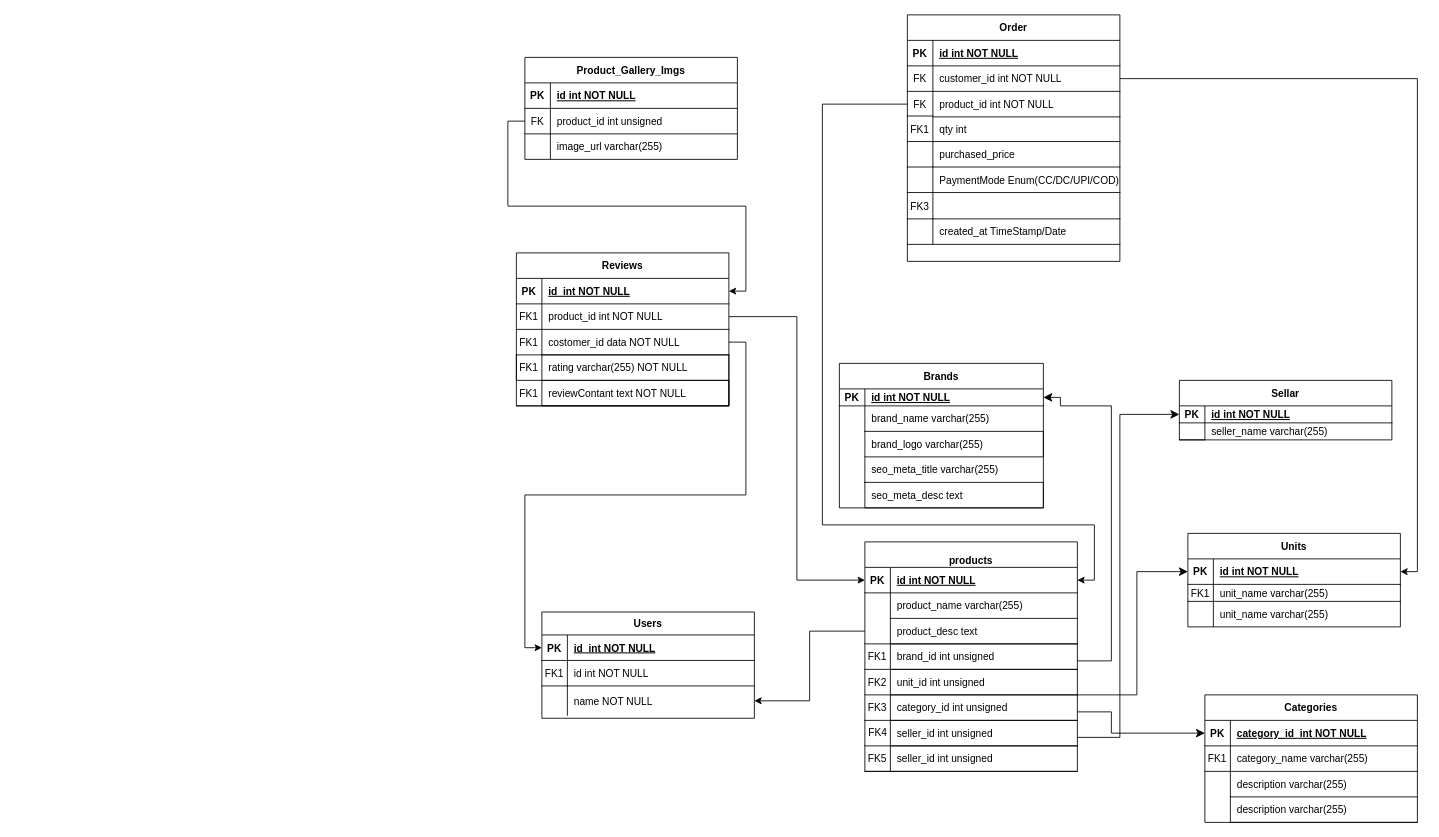
The draw.io diagram database/migrations/Untitled Diagram.drawio in namanbairagi3/electro, before the edit. Source tidied: cells renumbered, new cells numbered last; positions are measured from the earlier drawing's top-left corner, leaving out a move shared by most shapes. Both pictures are drawn from the tidied source at 85%, with x=0, y=0 at pixel (516, 14).
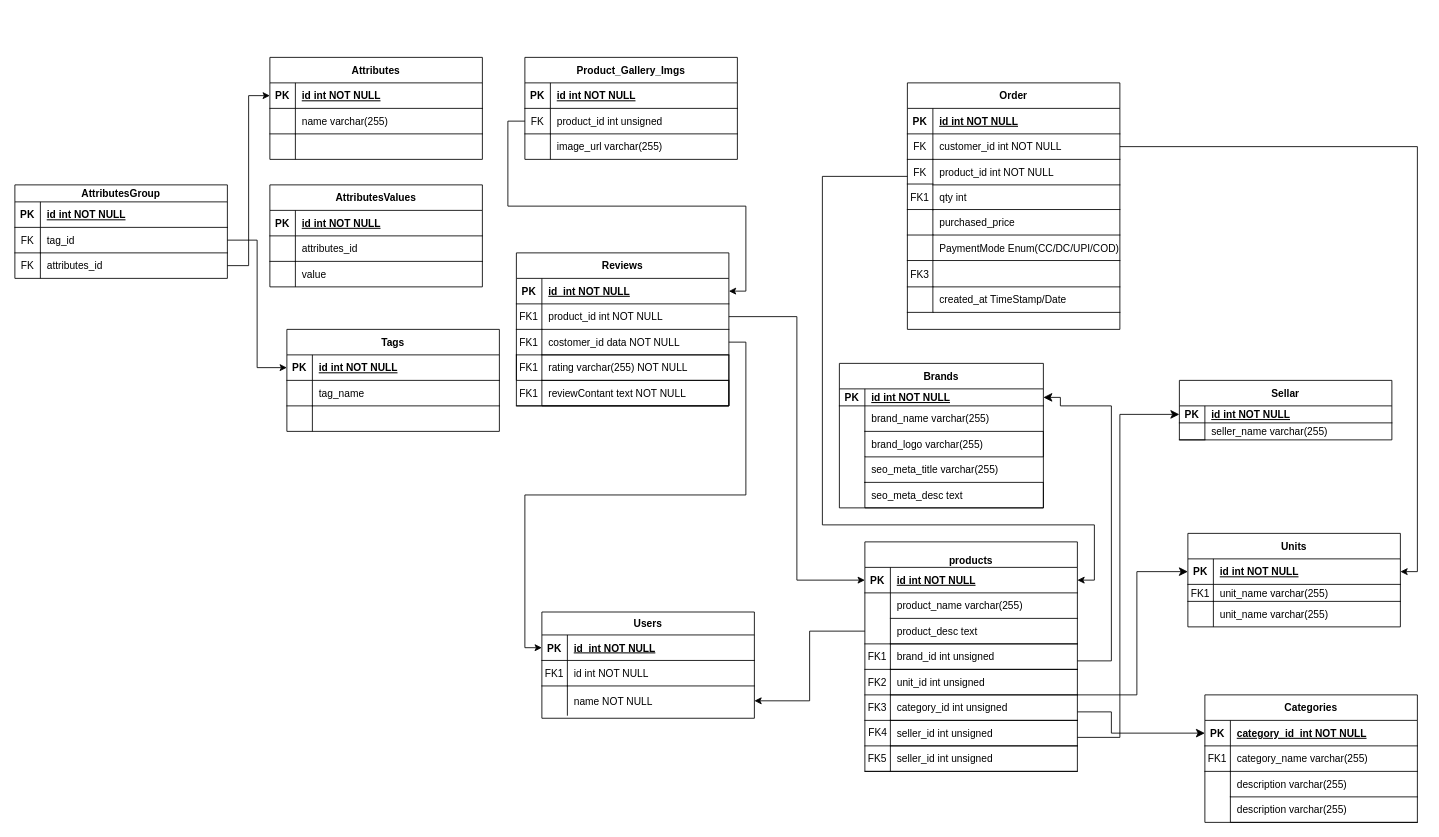
The same diagram, later.

The change refers to these unchanged cells:
```xml
<mxCell id="78" style="shape=partialRectangle;fillColor=none;points=[[0,0.5],[1,0.5]];portConstraint=eastwest;top=0;left=0;right=0;bottom=1;" parent="77" vertex="1">
  <mxGeometry y="30" width="250" height="30" as="geometry" />
</mxCell>
<mxCell id="113" style="shape=partialRectangle;fillColor=none;points=[[0,0.5],[1,0.5]];portConstraint=eastwest;top=0;left=0;right=0;bottom=0;" parent="106" vertex="1">
  <mxGeometry y="90" width="250" height="30" as="geometry" />
</mxCell>
```

The edit, as a diff of the source:
```diff
@@
     <mxCell id="97" style="group;" parent="1" vertex="1">
-      <mxGeometry x="460" width="250" height="290" as="geometry" />
+      <mxGeometry x="460" y="80" width="250" height="290" as="geometry" />
     </mxCell>
@@
     <mxCell id="124" style="edgeStyle=orthogonalEdgeStyle;rounded=0;jettySize=auto;html=1;entryX=1;entryY=0.5;entryDx=0;entryDy=0;" parent="1" edge="1" source="113" target="78">
       <mxGeometry relative="1" as="geometry">
         <Array as="points">
-          <mxPoint x="360" y="105" />
+          <mxPoint x="360" y="190" />
           <mxPoint x="360" y="600" />
           <mxPoint x="680" y="600" />
           <mxPoint x="680" y="665" />
         </Array>
       </mxGeometry>
     </mxCell>
@@
+    <mxCell id="136" value="Attributes" style="shape=table;startSize=30;childLayout=tableLayout;rowLines=0;fontStyle=1;align=center;" parent="1" vertex="1">
+      <mxGeometry x="-290" y="50" width="250" height="120" as="geometry" />
+    </mxCell>
+    <mxCell id="137" style="shape=partialRectangle;fillColor=none;points=[[0,0.5],[1,0.5]];portConstraint=eastwest;top=0;left=0;right=0;bottom=1;" parent="136" vertex="1">
+      <mxGeometry y="30" width="250" height="30" as="geometry" />
+    </mxCell>
+    <mxCell id="138" value="PK" style="shape=partialRectangle;overflow=hidden;fillColor=none;top=0;left=0;bottom=0;right=0;fontStyle=1;" parent="137" vertex="1">
+      <mxGeometry width="30" height="30" as="geometry" />
+    </mxCell>
+    <mxCell id="139" value="id int NOT NULL " style="shape=partialRectangle;overflow=hidden;fillColor=none;top=0;left=0;bottom=0;right=0;align=left;spacingLeft=6;fontStyle=5;" parent="137" vertex="1">
+      <mxGeometry x="30" width="220" height="30" as="geometry" />
+    </mxCell>
+    <mxCell id="140" style="shape=partialRectangle;fillColor=none;top=0;left=0;right=0;bottom=0;" parent="136" vertex="1">
+      <mxGeometry y="60" width="250" height="30" as="geometry" />
+    </mxCell>
+    <mxCell id="141" style="shape=partialRectangle;overflow=hidden;fillColor=none;top=0;left=0;bottom=0;right=0;" parent="140" vertex="1">
+      <mxGeometry width="30" height="30" as="geometry" />
+    </mxCell>
+    <mxCell id="142" value="name varchar(255)" style="shape=partialRectangle;overflow=hidden;fillColor=none;top=0;left=0;bottom=0;right=0;align=left;spacingLeft=6;" parent="140" vertex="1">
+      <mxGeometry x="30" width="220" height="30" as="geometry" />
+    </mxCell>
+    <mxCell id="143" style="shape=partialRectangle;fillColor=none;top=0;left=0;right=0;bottom=0;" parent="136" vertex="1">
+      <mxGeometry y="90" width="250" height="30" as="geometry" />
+    </mxCell>
+    <mxCell id="144" style="shape=partialRectangle;overflow=hidden;fillColor=none;top=1;left=0;bottom=0;right=0;" parent="143" vertex="1">
+      <mxGeometry width="30" height="30" as="geometry" />
+    </mxCell>
+    <mxCell id="145" style="shape=partialRectangle;overflow=hidden;fillColor=none;top=1;left=0;bottom=0;right=0;align=left;spacingLeft=6;" parent="143" vertex="1">
+      <mxGeometry x="30" width="220" height="30" as="geometry" />
+    </mxCell>
+    <mxCell id="146" value="AttributesValues" style="shape=table;startSize=30;childLayout=tableLayout;rowLines=0;fontStyle=1;align=center;" parent="1" vertex="1">
+      <mxGeometry x="-290" y="200" width="250" height="120" as="geometry" />
+    </mxCell>
+    <mxCell id="147" style="shape=partialRectangle;fillColor=none;top=0;left=0;right=0;bottom=1;" parent="146" vertex="1">
+      <mxGeometry y="30" width="250" height="30" as="geometry" />
+    </mxCell>
+    <mxCell id="148" value="PK" style="shape=partialRectangle;overflow=hidden;fillColor=none;top=0;left=0;bottom=0;right=0;fontStyle=1;" parent="147" vertex="1">
+      <mxGeometry width="30" height="30" as="geometry" />
+    </mxCell>
+    <mxCell id="149" value="id int NOT NULL " style="shape=partialRectangle;overflow=hidden;fillColor=none;top=0;left=0;bottom=0;right=0;align=left;spacingLeft=6;fontStyle=5;" parent="147" vertex="1">
+      <mxGeometry x="30" width="220" height="30" as="geometry" />
+    </mxCell>
+    <mxCell id="150" style="shape=partialRectangle;fillColor=none;top=0;left=0;right=0;bottom=0;" parent="146" vertex="1">
+      <mxGeometry y="60" width="250" height="30" as="geometry" />
+    </mxCell>
+    <mxCell id="151" style="shape=partialRectangle;overflow=hidden;fillColor=none;top=0;left=0;bottom=0;right=0;" parent="150" vertex="1">
+      <mxGeometry width="30" height="30" as="geometry" />
+    </mxCell>
+    <mxCell id="152" value="attributes_id" style="shape=partialRectangle;overflow=hidden;fillColor=none;top=0;left=0;bottom=0;right=0;align=left;spacingLeft=6;fontStyle=0;" parent="150" vertex="1">
+      <mxGeometry x="30" width="220" height="30" as="geometry" />
+    </mxCell>
+    <mxCell id="153" style="shape=partialRectangle;fillColor=none;top=0;left=0;right=0;bottom=0;" parent="146" vertex="1">
+      <mxGeometry y="90" width="250" height="30" as="geometry" />
+    </mxCell>
+    <mxCell id="154" style="shape=partialRectangle;overflow=hidden;fillColor=none;top=1;left=0;bottom=0;right=0;" parent="153" vertex="1">
+      <mxGeometry width="30" height="30" as="geometry" />
+    </mxCell>
+    <mxCell id="155" value="value" style="shape=partialRectangle;overflow=hidden;fillColor=none;top=1;left=0;bottom=0;right=0;align=left;spacingLeft=6;" parent="153" vertex="1">
+      <mxGeometry x="30" width="220" height="30" as="geometry" />
+    </mxCell>
+    <mxCell id="156" value="Tags" style="shape=table;startSize=30;childLayout=tableLayout;rowLines=0;fontStyle=1;align=center;" parent="1" vertex="1">
+      <mxGeometry x="-270" y="370" width="250" height="120" as="geometry" />
+    </mxCell>
+    <mxCell id="157" style="shape=partialRectangle;fillColor=none;points=[[0,0.5],[1,0.5]];portConstraint=eastwest;top=0;left=0;right=0;bottom=1;" parent="156" vertex="1">
+      <mxGeometry y="30" width="250" height="30" as="geometry" />
+    </mxCell>
+    <mxCell id="158" value="PK" style="shape=partialRectangle;overflow=hidden;fillColor=none;top=0;left=0;bottom=0;right=0;fontStyle=1;" parent="157" vertex="1">
+      <mxGeometry width="30" height="30" as="geometry" />
+    </mxCell>
+    <mxCell id="159" value="id int NOT NULL " style="shape=partialRectangle;overflow=hidden;fillColor=none;top=0;left=0;bottom=0;right=0;align=left;spacingLeft=6;fontStyle=5;" parent="157" vertex="1">
+      <mxGeometry x="30" width="220" height="30" as="geometry" />
+    </mxCell>
+    <mxCell id="160" style="shape=partialRectangle;fillColor=none;top=0;left=0;right=0;bottom=0;" parent="156" vertex="1">
+      <mxGeometry y="60" width="250" height="30" as="geometry" />
+    </mxCell>
+    <mxCell id="161" style="shape=partialRectangle;overflow=hidden;fillColor=none;top=0;left=0;bottom=0;right=0;" parent="160" vertex="1">
+      <mxGeometry width="30" height="30" as="geometry" />
+    </mxCell>
+    <mxCell id="162" value="tag_name" style="shape=partialRectangle;overflow=hidden;fillColor=none;top=0;left=0;bottom=0;right=0;align=left;spacingLeft=6;" parent="160" vertex="1">
+      <mxGeometry x="30" width="220" height="30" as="geometry" />
+    </mxCell>
+    <mxCell id="163" style="shape=partialRectangle;fillColor=none;top=0;left=0;right=0;bottom=0;" parent="156" vertex="1">
+      <mxGeometry y="90" width="250" height="30" as="geometry" />
+    </mxCell>
+    <mxCell id="164" style="shape=partialRectangle;overflow=hidden;fillColor=none;top=1;left=0;bottom=0;right=0;" parent="163" vertex="1">
+      <mxGeometry width="30" height="30" as="geometry" />
+    </mxCell>
+    <mxCell id="165" style="shape=partialRectangle;overflow=hidden;fillColor=none;top=1;left=0;bottom=0;right=0;align=left;spacingLeft=6;" parent="163" vertex="1">
+      <mxGeometry x="30" width="220" height="30" as="geometry" />
+    </mxCell>
+    <mxCell id="166" value="AttributesGroup" style="shape=table;startSize=20;childLayout=tableLayout;rowLines=0;fontStyle=1;align=center;" parent="1" vertex="1">
+      <mxGeometry x="-590" y="200" width="250" height="110" as="geometry" />
+    </mxCell>
+    <mxCell id="167" style="shape=partialRectangle;fillColor=none;top=0;left=0;right=0;bottom=1;" parent="166" vertex="1">
+      <mxGeometry y="20" width="250" height="30" as="geometry" />
+    </mxCell>
+    <mxCell id="168" value="PK" style="shape=partialRectangle;overflow=hidden;fillColor=none;top=0;left=0;bottom=0;right=0;fontStyle=1;" parent="167" vertex="1">
+      <mxGeometry width="30" height="30" as="geometry" />
+    </mxCell>
+    <mxCell id="169" value="id int NOT NULL " style="shape=partialRectangle;overflow=hidden;fillColor=none;top=0;left=0;bottom=0;right=0;align=left;spacingLeft=6;fontStyle=5;" parent="167" vertex="1">
+      <mxGeometry x="30" width="220" height="30" as="geometry" />
+    </mxCell>
+    <mxCell id="170" style="shape=partialRectangle;fillColor=none;points=[[0,0.5],[1,0.5]];portConstraint=eastwest;top=0;left=0;right=0;bottom=0;" parent="166" vertex="1">
+      <mxGeometry y="50" width="250" height="30" as="geometry" />
+    </mxCell>
+    <mxCell id="171" value="FK" style="shape=partialRectangle;overflow=hidden;fillColor=none;top=0;left=0;bottom=0;right=0;" parent="170" vertex="1">
+      <mxGeometry width="30" height="30" as="geometry" />
+    </mxCell>
+    <mxCell id="172" value="tag_id" style="shape=partialRectangle;overflow=hidden;fillColor=none;top=0;left=0;bottom=0;right=0;align=left;spacingLeft=6;" parent="170" vertex="1">
+      <mxGeometry x="30" width="220" height="30" as="geometry" />
+    </mxCell>
+    <mxCell id="173" style="shape=partialRectangle;fillColor=none;points=[[0,0.5],[1,0.5]];portConstraint=eastwest;top=0;left=0;right=0;bottom=0;" parent="166" vertex="1">
+      <mxGeometry y="80" width="250" height="30" as="geometry" />
+    </mxCell>
+    <mxCell id="174" value="FK" style="shape=partialRectangle;overflow=hidden;fillColor=none;top=1;left=0;bottom=0;right=0;" parent="173" vertex="1">
+      <mxGeometry width="30" height="30" as="geometry" />
+    </mxCell>
+    <mxCell id="175" value="attributes_id" style="shape=partialRectangle;overflow=hidden;fillColor=none;top=1;left=0;bottom=0;right=0;align=left;spacingLeft=6;" parent="173" vertex="1">
+      <mxGeometry x="30" width="220" height="30" as="geometry" />
+    </mxCell>
+    <mxCell id="176" style="edgeStyle=orthogonalEdgeStyle;rounded=0;jettySize=auto;html=1;entryX=0;entryY=0.5;entryDx=0;entryDy=0;" parent="1" edge="1" source="170" target="157">
+      <mxGeometry relative="1" as="geometry" />
+    </mxCell>
+    <mxCell id="177" style="edgeStyle=orthogonalEdgeStyle;rounded=0;jettySize=auto;html=1;entryX=0;entryY=0.5;entryDx=0;entryDy=0;" parent="1" edge="1" source="173" target="137">
+      <mxGeometry relative="1" as="geometry" />
+    </mxCell>
```
